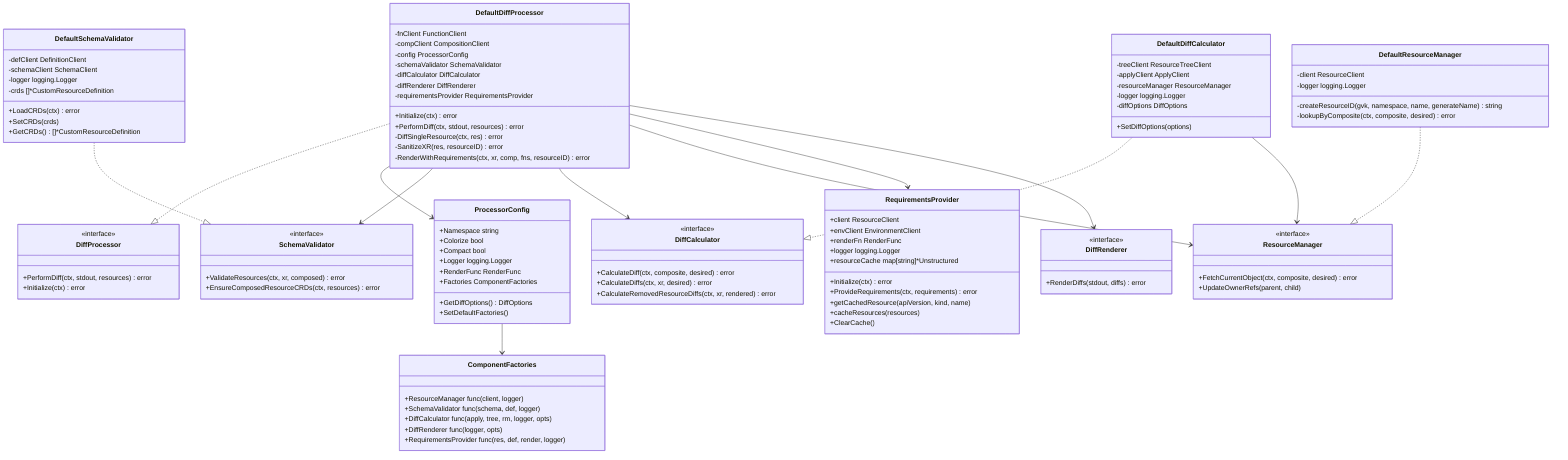
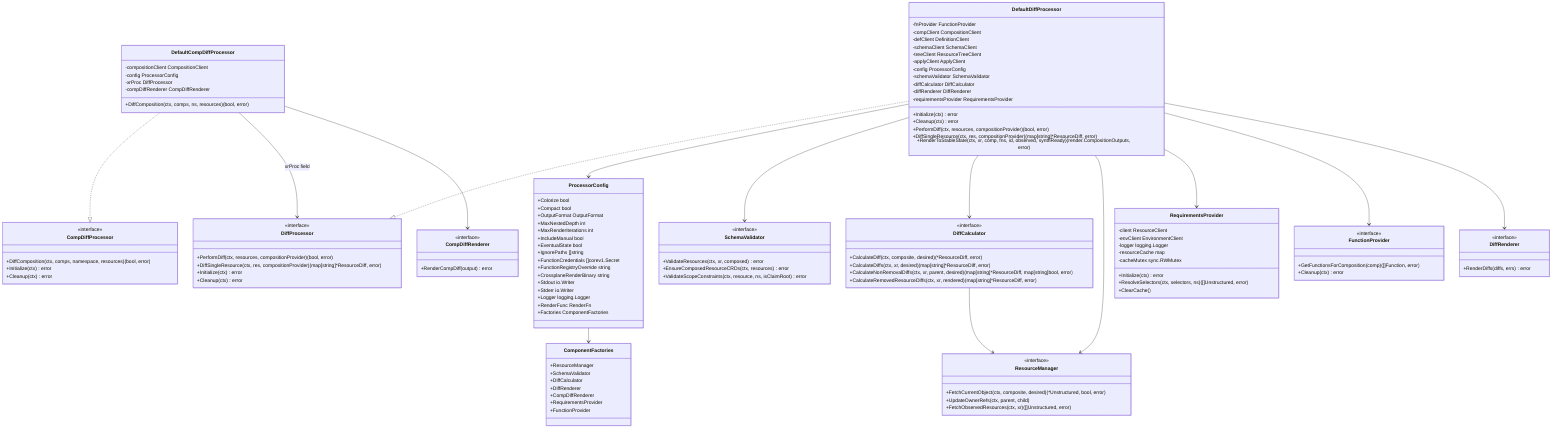
classDiagram
    class DiffProcessor {
        <<interface>>
-         +PerformDiff(ctx, stdout, resources) error
+         +PerformDiff(ctx, resources, compositionProvider) (bool, error)
+         +DiffSingleResource(ctx, res, compositionProvider) (map[string]*ResourceDiff, error)
        +Initialize(ctx) error
+         +Cleanup(ctx) error
+     }
+ 
+     class CompDiffProcessor {
+         <<interface>>
+         +DiffComposition(ctx, comps, namespace, resources) (bool, error)
+         +Initialize(ctx) error
+         +Cleanup(ctx) error
    }

    class DefaultDiffProcessor {
-         -fnClient FunctionClient
+         -fnProvider FunctionProvider
        -compClient CompositionClient
+         -defClient DefinitionClient
+         -schemaClient SchemaClient
+         -treeClient ResourceTreeClient
+         -applyClient ApplyClient
        -config ProcessorConfig
        -schemaValidator SchemaValidator
        -diffCalculator DiffCalculator
        -diffRenderer DiffRenderer
        -requirementsProvider RequirementsProvider
        +Initialize(ctx) error
-         +PerformDiff(ctx, stdout, resources) error
-         -DiffSingleResource(ctx, res) error
-         -SanitizeXR(res, resourceID) error
-         -RenderWithRequirements(ctx, xr, comp, fns, resourceID) error
+         +Cleanup(ctx) error
+         +PerformDiff(ctx, resources, compositionProvider) (bool, error)
+         +DiffSingleResource(ctx, res, compositionProvider) (map[string]*ResourceDiff, error)
+         +RenderToStableState(ctx, xr, comp, fns, id, observed, synthReady) (render.CompositionOutputs, error)
+     }
+ 
+     class DefaultCompDiffProcessor {
+         -compositionClient CompositionClient
+         -config ProcessorConfig
+         -xrProc DiffProcessor
+         -compDiffRenderer CompDiffRenderer
+         +DiffComposition(ctx, comps, ns, resources) (bool, error)
    }

    class ProcessorConfig {
-         +Namespace string
        +Colorize bool
        +Compact bool
+         +OutputFormat OutputFormat
+         +MaxNestedDepth int
+         +MaxRenderIterations int
+         +IncludeManual bool
+         +EventualState bool
+         +IgnorePaths []string
+         +FunctionCredentials []corev1.Secret
+         +FunctionRegistryOverride string
+         +CrossplaneRenderBinary string
+         +Stdout io.Writer
+         +Stderr io.Writer
        +Logger logging.Logger
-         +RenderFunc RenderFunc
+         +RenderFunc RenderFn
        +Factories ComponentFactories
-         +GetDiffOptions() DiffOptions
-         +SetDefaultFactories()
    }

    class ComponentFactories {
-         +ResourceManager func(client, logger)
-         +SchemaValidator func(schema, def, logger)
-         +DiffCalculator func(apply, tree, rm, logger, opts)
-         +DiffRenderer func(logger, opts)
-         +RequirementsProvider func(res, def, render, logger)
+         +ResourceManager
+         +SchemaValidator
+         +DiffCalculator
+         +DiffRenderer
+         +CompDiffRenderer
+         +RequirementsProvider
+         +FunctionProvider
    }

    class SchemaValidator {
        <<interface>>
        +ValidateResources(ctx, xr, composed) error
        +EnsureComposedResourceCRDs(ctx, resources) error
-     }
- 
-     class DefaultSchemaValidator {
-         -defClient DefinitionClient
-         -schemaClient SchemaClient
-         -logger logging.Logger
-         -crds []*CustomResourceDefinition
-         +LoadCRDs(ctx) error
-         +SetCRDs(crds)
-         +GetCRDs() []*CustomResourceDefinition
+         +ValidateScopeConstraints(ctx, resource, ns, isClaimRoot) error
    }

    class DiffCalculator {
        <<interface>>
-         +CalculateDiff(ctx, composite, desired) error
-         +CalculateDiffs(ctx, xr, desired) error
-         +CalculateRemovedResourceDiffs(ctx, xr, rendered) error
-     }
- 
-     class DefaultDiffCalculator {
-         -treeClient ResourceTreeClient
-         -applyClient ApplyClient
-         -resourceManager ResourceManager
-         -logger logging.Logger
-         -diffOptions DiffOptions
-         +SetDiffOptions(options)
+         +CalculateDiff(ctx, composite, desired) (*ResourceDiff, error)
+         +CalculateDiffs(ctx, xr, desired) (map[string]*ResourceDiff, error)
+         +CalculateNonRemovalDiffs(ctx, xr, parent, desired) (map[string]*ResourceDiff, map[string]bool, error)
+         +CalculateRemovedResourceDiffs(ctx, xr, rendered) (map[string]*ResourceDiff, error)
    }

    class ResourceManager {
        <<interface>>
-         +FetchCurrentObject(ctx, composite, desired) error
-         +UpdateOwnerRefs(parent, child)
+         +FetchCurrentObject(ctx, composite, desired) (*Unstructured, bool, error)
+         +UpdateOwnerRefs(ctx, parent, child)
+         +FetchObservedResources(ctx, xr) ([]Unstructured, error)
    }

-     class DefaultResourceManager {
-         -client ResourceClient
-         -logger logging.Logger
-         -createResourceID(gvk, namespace, name, generateName) string
-         -lookupByComposite(ctx, composite, desired) error
+     class FunctionProvider {
+         <<interface>>
+         +GetFunctionsForComposition(comp) ([]Function, error)
+         +Cleanup(ctx) error
    }

    class RequirementsProvider {
-         +client ResourceClient
-         +envClient EnvironmentClient
-         +renderFn RenderFunc
-         +logger logging.Logger
-         +resourceCache map[string]*Unstructured
+         -client ResourceClient
+         -envClient EnvironmentClient
+         -logger logging.Logger
+         -resourceCache map
+         -cacheMutex sync.RWMutex
        +Initialize(ctx) error
-         +ProvideRequirements(ctx, requirements) error
-         +getCachedResource(apiVersion, kind, name)
-         +cacheResources(resources)
+         +ResolveSelectors(ctx, selectors, ns) ([]Unstructured, error)
        +ClearCache()
    }

    class DiffRenderer {
        <<interface>>
-         +RenderDiffs(stdout, diffs) error
+         +RenderDiffs(diffs, errs) error
+     }
+ 
+     class CompDiffRenderer {
+         <<interface>>
+         +RenderCompDiff(output) error
    }

    DefaultDiffProcessor ..|> DiffProcessor
+     DefaultCompDiffProcessor ..|> CompDiffProcessor
+     DefaultCompDiffProcessor --> DiffProcessor : xrProc field
    DefaultDiffProcessor --> ProcessorConfig
    DefaultDiffProcessor --> SchemaValidator
    DefaultDiffProcessor --> DiffCalculator
    DefaultDiffProcessor --> ResourceManager
    DefaultDiffProcessor --> RequirementsProvider
+     DefaultDiffProcessor --> FunctionProvider
    DefaultDiffProcessor --> DiffRenderer
+     DefaultCompDiffProcessor --> CompDiffRenderer

    ProcessorConfig --> ComponentFactories

-     DefaultSchemaValidator ..|> SchemaValidator
-     DefaultDiffCalculator ..|> DiffCalculator
-     DefaultResourceManager ..|> ResourceManager
- 
-     DefaultDiffCalculator --> ResourceManager
+     DiffCalculator --> ResourceManager
